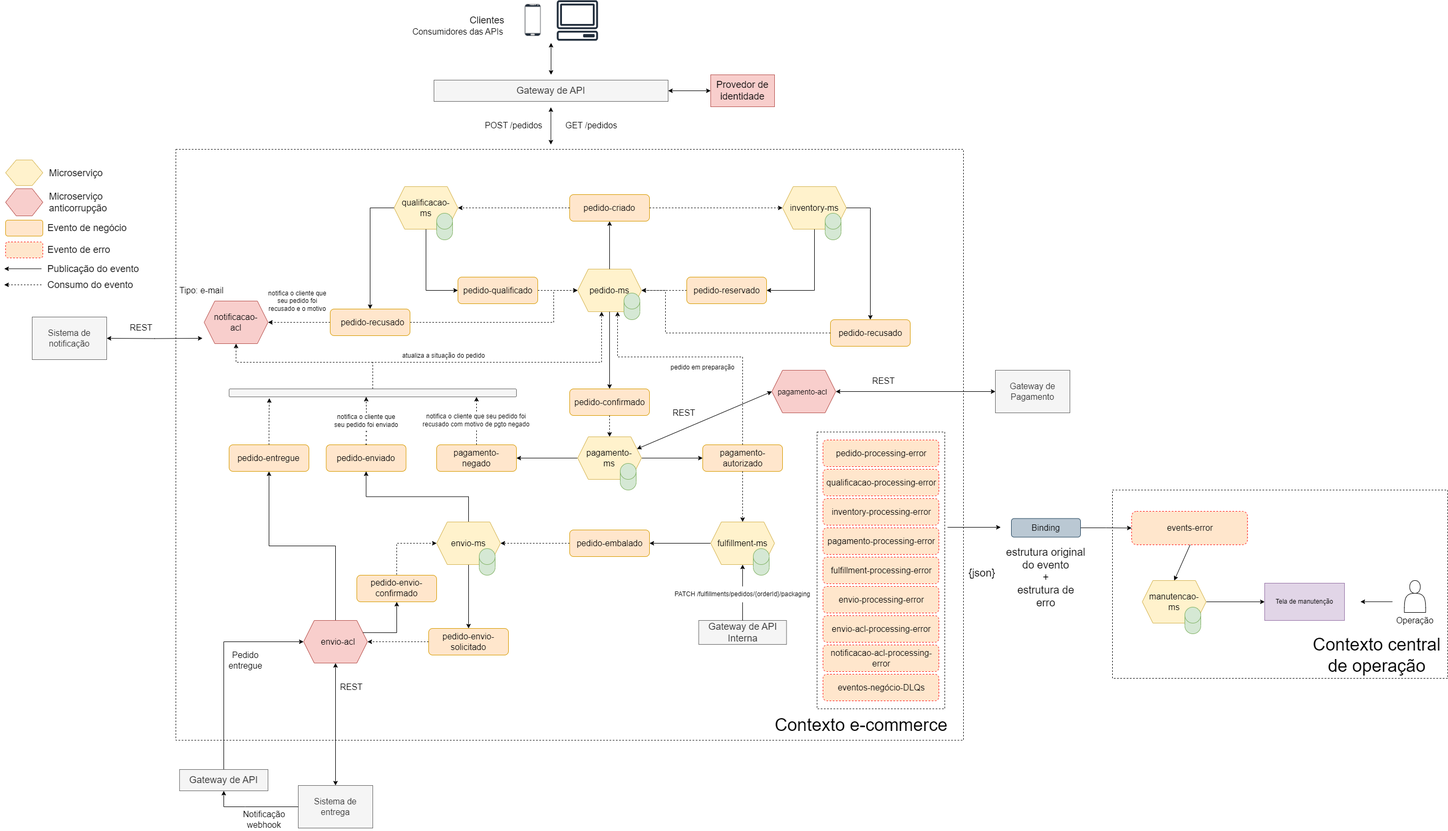
This is cap10/imagens/diagrama-coreografia-eventos.png from rpicanco/livro-eda, a draw.io export, as it was before one commit. Source tidied: cells renumbered, new cells last; positions are measured from the earlier drawing's top-left corner, leaving out a move shared by most shapes.
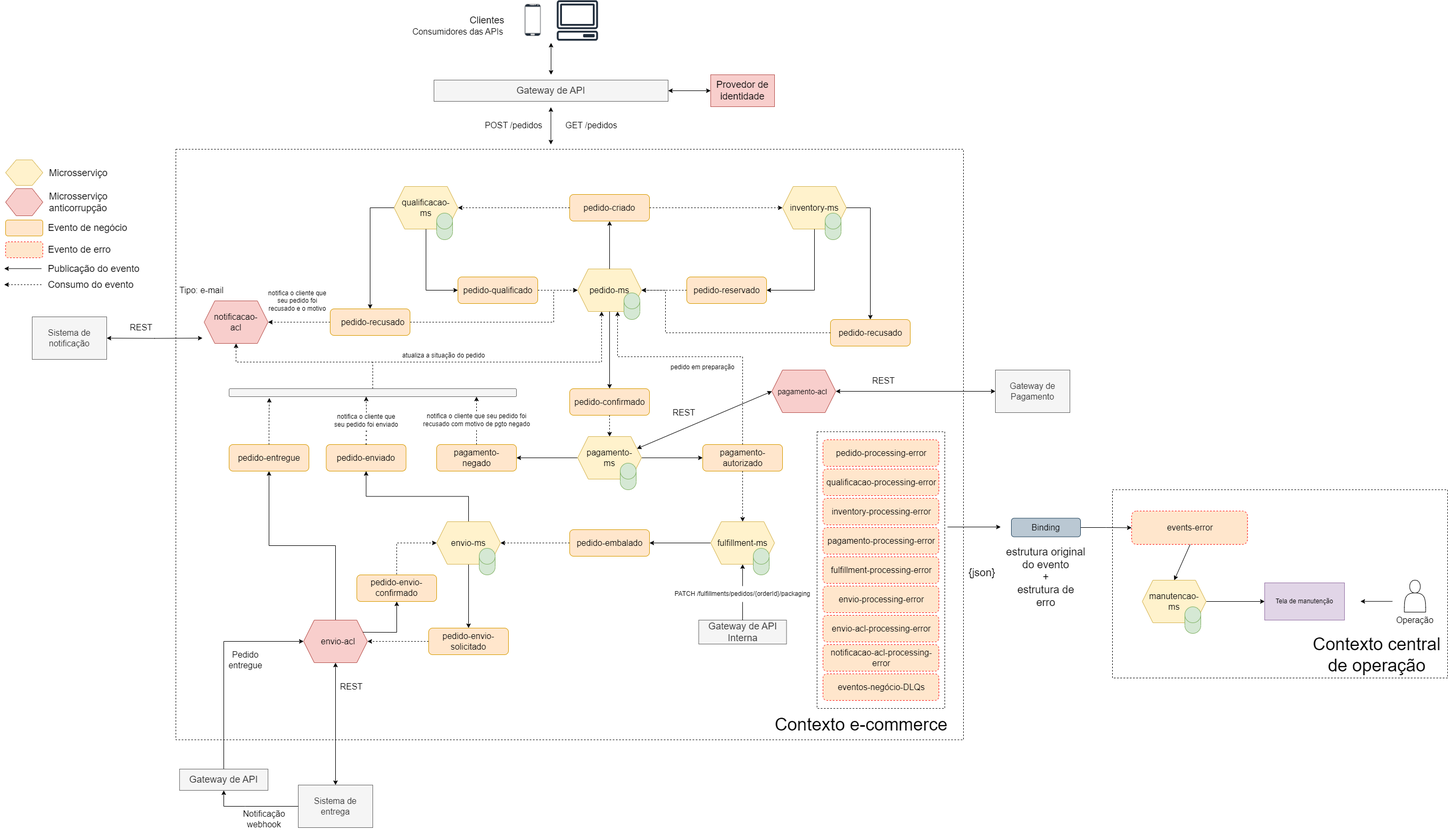
Above is the later version.

Commit message:
correção do nome do microsserviço (com dois SS)

The edit, as a diff of the source:
```diff
@@ -441,13 +441,13 @@
     <mxCell id="136" value="&lt;font style=&quot;font-size: 16px;&quot;&gt;REST&lt;/font&gt;" style="text;html=1;strokeColor=none;fillColor=none;align=center;verticalAlign=middle;whiteSpace=wrap;rounded=0;" parent="1" vertex="1">
       <mxGeometry x="1622" y="700" width="60" height="30" as="geometry" />
     </mxCell>
-    <mxCell id="137" value="&lt;span style=&quot;font-size: 18px;&quot;&gt;Microserviço&lt;/span&gt;" style="text;html=1;strokeColor=none;fillColor=none;align=left;verticalAlign=middle;whiteSpace=wrap;rounded=0;fontSize=16;" parent="1" vertex="1">
+    <mxCell id="137" value="&lt;span style=&quot;font-size: 18px;&quot;&gt;Microsserviço&lt;/span&gt;" style="text;html=1;strokeColor=none;fillColor=none;align=left;verticalAlign=middle;whiteSpace=wrap;rounded=0;fontSize=16;" parent="1" vertex="1">
       <mxGeometry x="82" y="305" width="105" height="40" as="geometry" />
     </mxCell>
     <mxCell id="138" style="shape=hexagon;perimeter=hexagonPerimeter2;whiteSpace=wrap;html=1;fixedSize=1;fillColor=#f8cecc;strokeColor=#b85450;" parent="1" vertex="1">
       <mxGeometry x="2" y="354" width="70" height="51" as="geometry" />
     </mxCell>
-    <mxCell id="139" value="&lt;span style=&quot;font-size: 18px;&quot;&gt;Microserviço anticorrupção&lt;/span&gt;" style="text;html=1;strokeColor=none;fillColor=none;align=left;verticalAlign=middle;whiteSpace=wrap;rounded=0;fontSize=16;" parent="1" vertex="1">
+    <mxCell id="139" value="&lt;span style=&quot;font-size: 18px;&quot;&gt;Microsserviço anticorrupção&lt;/span&gt;" style="text;html=1;strokeColor=none;fillColor=none;align=left;verticalAlign=middle;whiteSpace=wrap;rounded=0;fontSize=16;" parent="1" vertex="1">
       <mxGeometry x="82" y="359.5" width="120" height="40" as="geometry" />
     </mxCell>
     <mxCell id="140" style="rounded=1;whiteSpace=wrap;html=1;fillColor=#ffe6cc;strokeColor=#d79b00;" parent="1" vertex="1">
```
